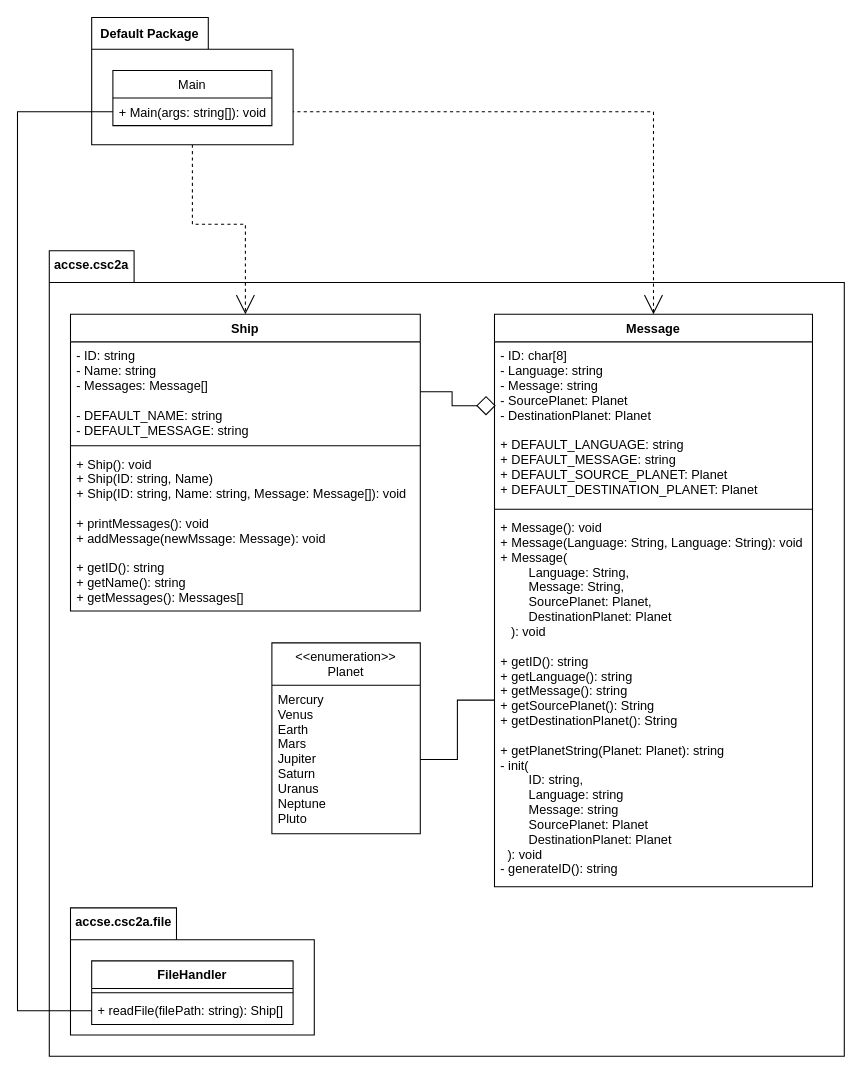
ThaBeanBoy/UJ_CSC2A_P03 keeps this draw.io diagram as docs/UML.drawio. Above is the earlier version. Source tidied: cells renumbered, new cells numbered last; positions are measured from the earlier drawing's top-left corner, leaving out a move shared by most shapes. Both pictures are drawn from the tidied source at 106%, with x=0, y=0 at pixel (17, 17).
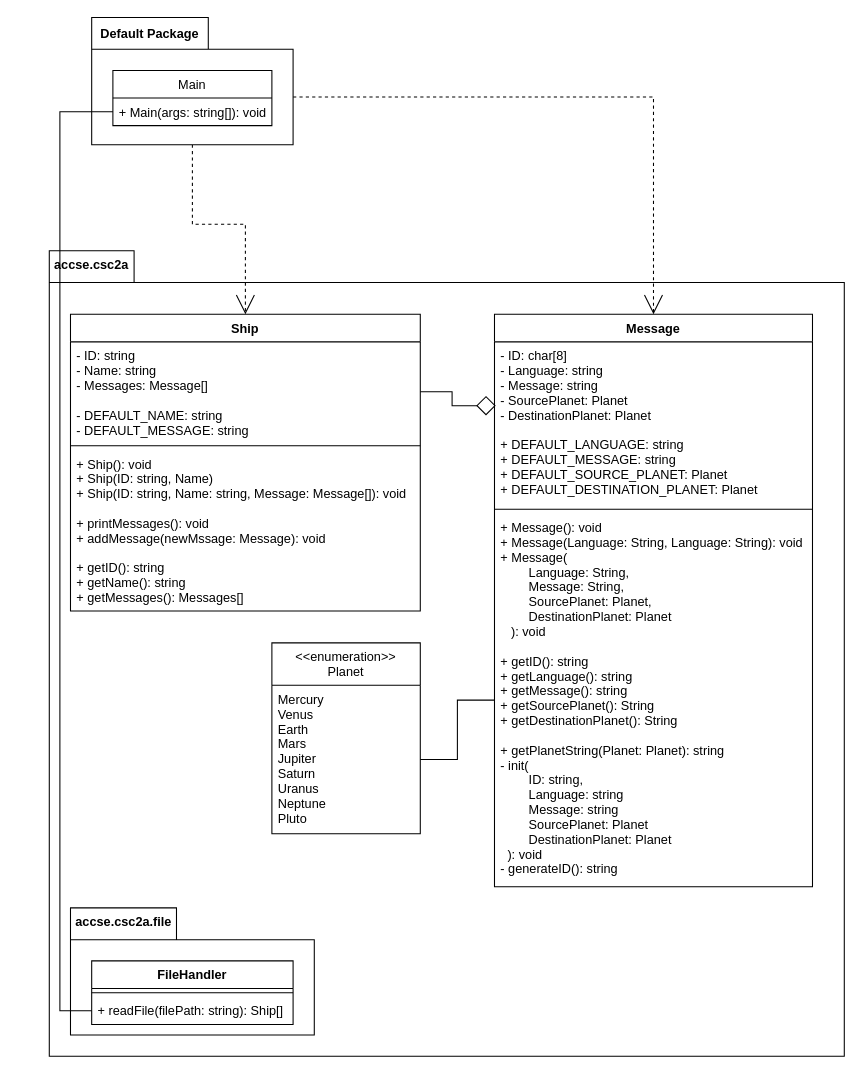
Above is the later version.

The change refers to these unchanged cells:
```xml
<mxCell id="8" value="Message" style="swimlane;fontStyle=1;align=center;verticalAlign=top;horizontal=1;startSize=26;" parent="1" vertex="1">
  <mxGeometry x="450" y="280" width="300" height="540" as="geometry" />
</mxCell>
<mxCell id="17" style="shape=folder;fontStyle=1;spacingTop=10;tabWidth=110;tabHeight=30;tabPosition=left;html=1;" parent="1" vertex="1">
  <mxGeometry x="70" width="190" height="120" as="geometry" />
</mxCell>
<mxCell id="21" value="+ Main(args: string[]): void" style="text;strokeColor=none;fillColor=none;align=left;verticalAlign=top;spacingLeft=4;spacingRight=4;overflow=hidden;points=[[0,0.5],[1,0.5]];portConstraint=eastwest;" parent="20" vertex="1">
  <mxGeometry y="26" width="150" height="26" as="geometry" />
</mxCell>
<mxCell id="25" value="+ readFile(filePath: string): Ship[]" style="text;strokeColor=none;fillColor=none;align=left;verticalAlign=top;spacingLeft=4;spacingRight=4;overflow=hidden;points=[[0,0.5],[1,0.5]];portConstraint=eastwest;" parent="23" vertex="1">
  <mxGeometry y="34" width="190" height="26" as="geometry" />
</mxCell>
```

What changed in the source:
```diff
@@
-    <mxCell id="16" style="edgeStyle=orthogonalEdgeStyle;rounded=0;jettySize=auto;html=1;exitX=1;exitY=0.5;exitDx=0;exitDy=0;entryX=0.5;entryY=0;entryDx=0;entryDy=0;endArrow=open;endFill=0;endSize=16;strokeWidth=1;dashed=1;" parent="1" edge="1" source="21" target="8">
+    <mxCell id="16" style="edgeStyle=orthogonalEdgeStyle;rounded=0;jettySize=auto;html=1;exitX=0;exitY=0;exitDx=190;exitDy=75;exitPerimeter=0;entryX=0.5;entryY=0;entryDx=0;entryDy=0;endArrow=open;endFill=0;endSize=16;strokeWidth=1;dashed=1;" parent="1" edge="1" source="17" target="8">
       <mxGeometry relative="1" as="geometry" />
     </mxCell>
@@
     <mxCell id="27" style="edgeStyle=orthogonalEdgeStyle;rounded=0;jettySize=auto;html=1;exitX=0;exitY=0.5;exitDx=0;exitDy=0;entryX=0;entryY=0.5;entryDx=0;entryDy=0;endArrow=none;endFill=0;" parent="1" edge="1" source="25" target="21">
       <mxGeometry relative="1" as="geometry">
         <Array as="points">
-          <mxPoint y="937" />
-          <mxPoint y="89" />
+          <mxPoint x="40" y="937" />
+          <mxPoint x="40" y="89" />
         </Array>
       </mxGeometry>
     </mxCell>
```
